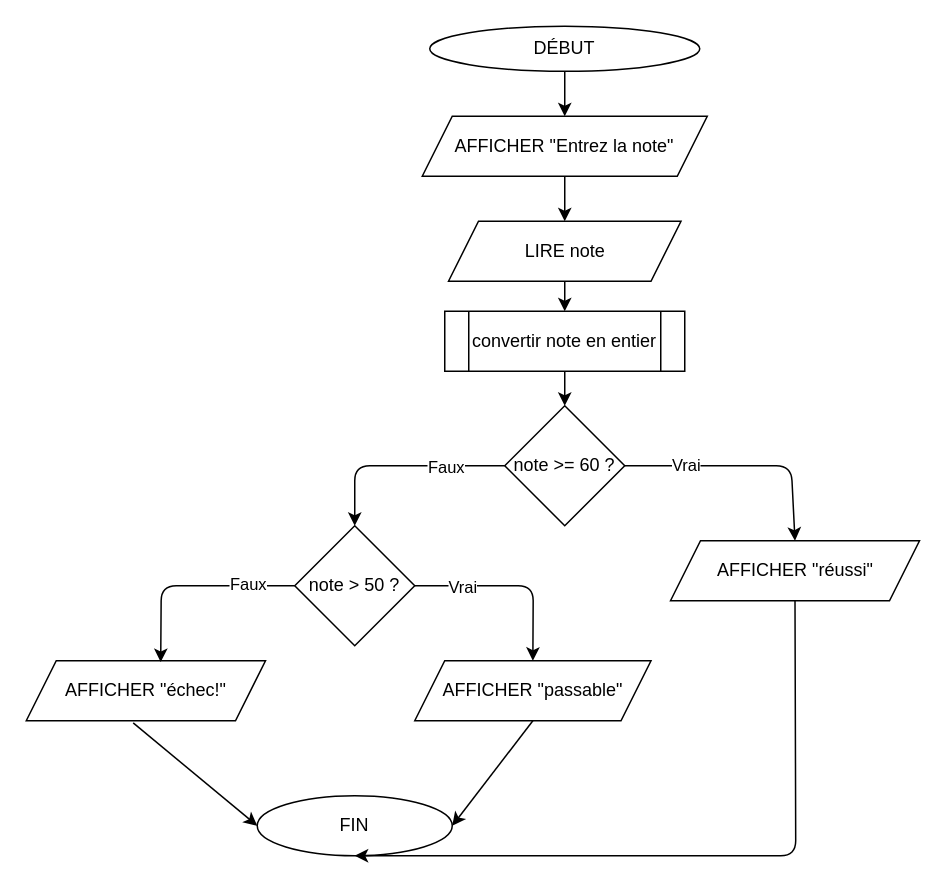
420SN1RE/A24 keeps this draw.io diagram as page "ordino2" (3 of 9) of content/semaine5/quiz/formes-ordino.drawio. Above is the earlier version. Source tidied: cells renumbered, new cells numbered last; positions are measured from the earlier drawing's top-left corner, leaving out a move shared by most shapes. Both pictures are drawn from the tidied source at 150%, with x=0, y=0 at pixel (26, 26).
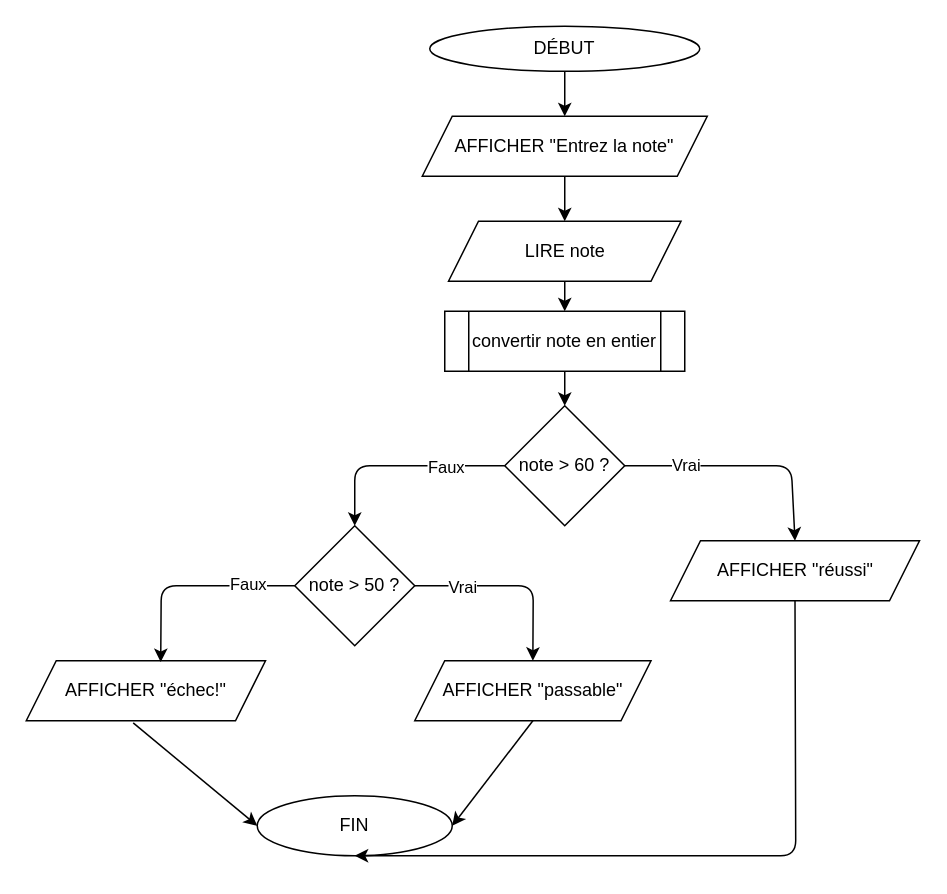
The same diagram, later.

Change to the diagram source:
```diff
@@
-    <mxCell id="16" value="note &amp;gt;= 60 ?" style="rhombus;whiteSpace=wrap;html=1;" parent="1" vertex="1">
+    <mxCell id="16" value="note &amp;gt; 60 ?" style="rhombus;whiteSpace=wrap;html=1;" parent="1" vertex="1">
       <mxGeometry x="319" y="253" width="80" height="80" as="geometry" />
     </mxCell>
```
